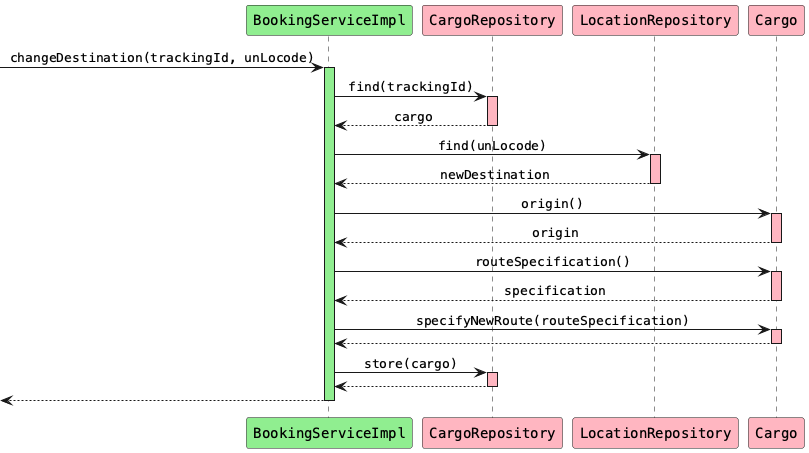
Above: src/site/resources/diagrams/BookingServiceImpl_changeDestination.png in aowss/dddsample-core (PlantUML), before the change.
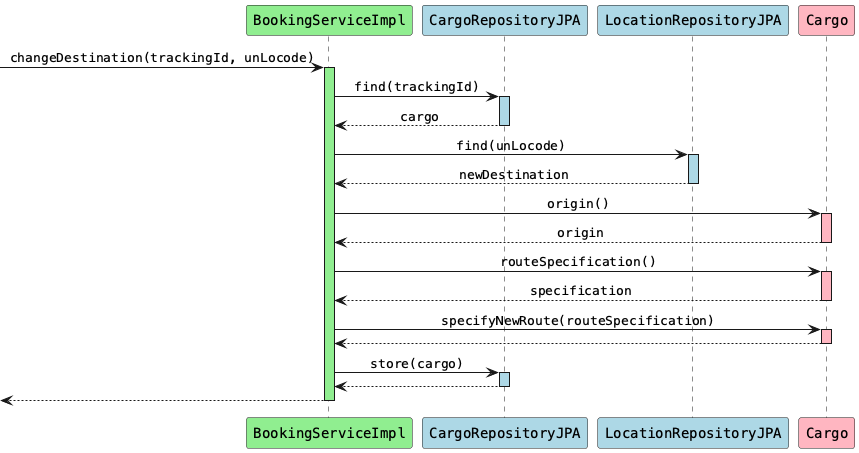
The same file after the commit.

The edit, as a diff of the source:
```diff
@@ -4,20 +4,20 @@
 skinparam sequenceMessageAlign center
 
 participant "BookingServiceImpl" as bs #lightgreen
-participant "CargoRepository" as cr #lightpink
-participant "LocationRepository" as lr #lightpink
+participant "CargoRepositoryJPA" as cr #lightblue
+participant "LocationRepositoryJPA" as lr #lightblue
 participant "Cargo" as c #lightpink
 
 [-> bs: changeDestination(trackingId, unLocode)
 activate bs #lightgreen
 
 bs -> cr: find(trackingId)
-activate cr #lightpink
+activate cr #lightblue
 cr --> bs: cargo
 deactivate cr
 
 bs -> lr: find(unLocode)
-activate lr #lightpink
+activate lr #lightblue
 lr --> bs: newDestination
 deactivate lr
 
@@ -37,7 +37,7 @@
 deactivate c
 
 bs -> cr: store(cargo)
-activate cr #lightpink
+activate cr #lightblue
 cr --> bs
 deactivate cr
 
```
